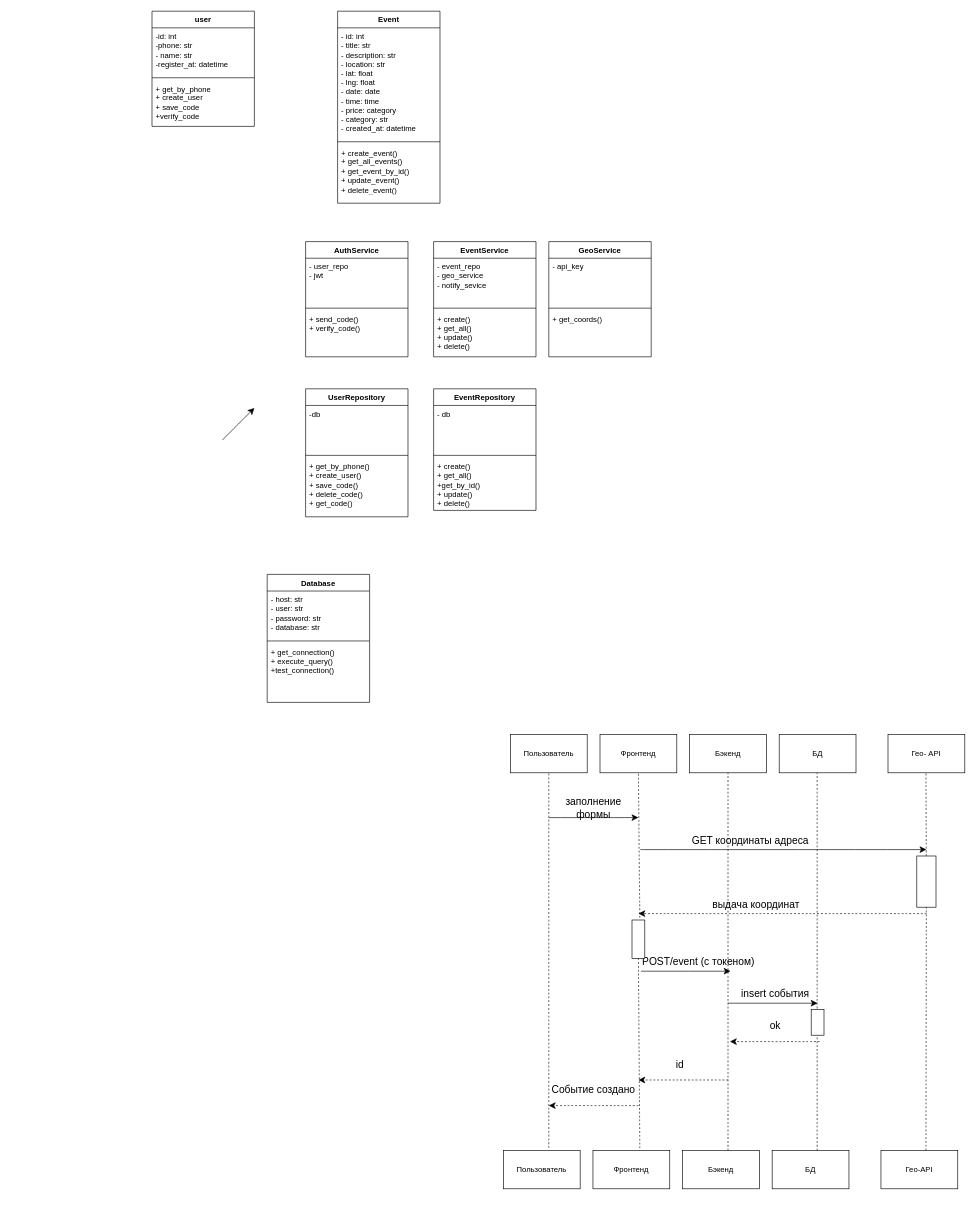
This is Диаграмма без названия.drawio from maska0/diagramm, a draw.io file, before an edit. Source tidied: cells renumbered, new cells numbered last; positions are measured from the earlier drawing's top-left corner, leaving out a move shared by most shapes. Both pictures are drawn from the tidied source at 64%, with x=0, y=0 at pixel (152, 11).
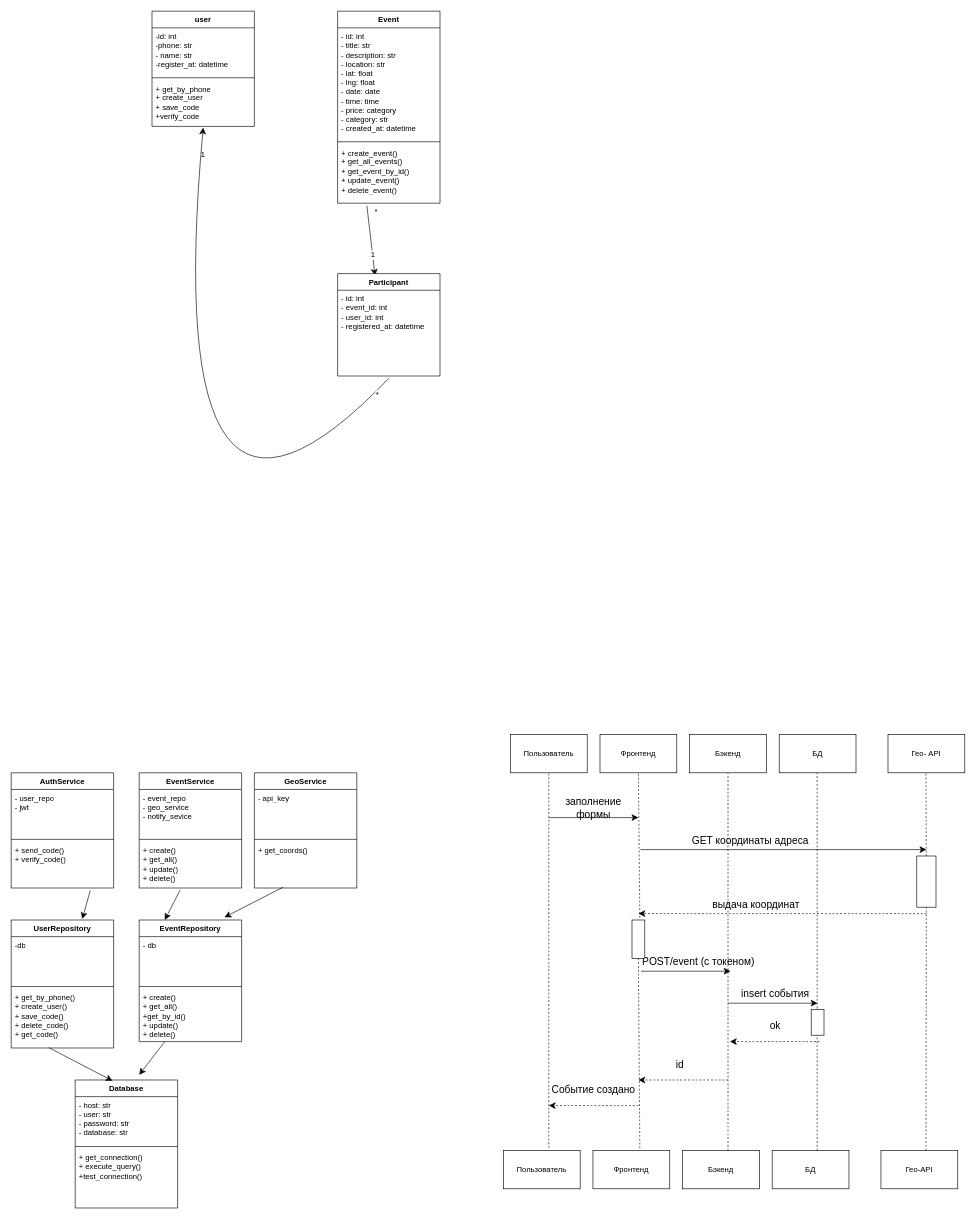
The same diagram, later.

Unchanged cells that the change refers to:
```xml
<mxCell id="5" value="+ get_by_phone&lt;div&gt;+ create_user&lt;/div&gt;&lt;div&gt;+ save_code&lt;/div&gt;&lt;div&gt;+verify_code&lt;/div&gt;" style="text;strokeColor=none;fillColor=none;align=left;verticalAlign=top;spacingLeft=4;spacingRight=4;overflow=hidden;points=[[0,0.5],[1,0.5]];portConstraint=eastwest;whiteSpace=wrap;html=1;" parent="2" vertex="1">
  <mxGeometry y="108" width="160" height="72" as="geometry" />
</mxCell>
<mxCell id="9" value="+ create_event()&lt;div&gt;+ get_all_events()&lt;/div&gt;&lt;div&gt;+ get_event_by_id()&lt;/div&gt;&lt;div&gt;+ update_event()&lt;/div&gt;&lt;div&gt;+ delete_event()&lt;/div&gt;" style="text;strokeColor=none;fillColor=none;align=left;verticalAlign=top;spacingLeft=4;spacingRight=4;overflow=hidden;points=[[0,0.5],[1,0.5]];portConstraint=eastwest;whiteSpace=wrap;html=1;" parent="6" vertex="1">
  <mxGeometry y="208" width="160" height="92" as="geometry" />
</mxCell>
<mxCell id="49" value="+ send_code()&lt;div&gt;+ verify_code()&lt;/div&gt;" style="text;strokeColor=none;fillColor=none;align=left;verticalAlign=top;spacingLeft=4;spacingRight=4;overflow=hidden;points=[[0,0.5],[1,0.5]];portConstraint=eastwest;whiteSpace=wrap;html=1;" parent="46" vertex="1">
  <mxGeometry y="108" width="160" height="72" as="geometry" />
</mxCell>
<mxCell id="53" value="+ create()&lt;div&gt;+ get_all()&lt;/div&gt;&lt;div&gt;+ update()&lt;/div&gt;&lt;div&gt;+ delete()&lt;/div&gt;" style="text;strokeColor=none;fillColor=none;align=left;verticalAlign=top;spacingLeft=4;spacingRight=4;overflow=hidden;points=[[0,0.5],[1,0.5]];portConstraint=eastwest;whiteSpace=wrap;html=1;" parent="50" vertex="1">
  <mxGeometry y="108" width="160" height="72" as="geometry" />
</mxCell>
<mxCell id="57" value="+ get_coords()" style="text;strokeColor=none;fillColor=none;align=left;verticalAlign=top;spacingLeft=4;spacingRight=4;overflow=hidden;points=[[0,0.5],[1,0.5]];portConstraint=eastwest;whiteSpace=wrap;html=1;" parent="54" vertex="1">
  <mxGeometry y="108" width="160" height="72" as="geometry" />
</mxCell>
<mxCell id="61" value="+ get_by_phone()&lt;div&gt;+ create_user()&lt;/div&gt;&lt;div&gt;+ save_code()&lt;/div&gt;&lt;div&gt;+ delete_code()&lt;/div&gt;&lt;div&gt;+ get_code()&lt;/div&gt;" style="text;strokeColor=none;fillColor=none;align=left;verticalAlign=top;spacingLeft=4;spacingRight=4;overflow=hidden;points=[[0,0.5],[1,0.5]];portConstraint=eastwest;whiteSpace=wrap;html=1;" parent="58" vertex="1">
  <mxGeometry y="108" width="160" height="92" as="geometry" />
</mxCell>
```

What changed in the source:
```diff
@@
     <mxCell id="46" value="AuthService" style="swimlane;fontStyle=1;align=center;verticalAlign=top;horizontal=1;startSize=26;whiteSpace=wrap;html=1;" parent="1" vertex="1">
-      <mxGeometry x="240" y="360" width="160" height="180" as="geometry" />
+      <mxGeometry x="-220" y="1190" width="160" height="180" as="geometry" />
     </mxCell>
@@
     <mxCell id="50" value="EventService" style="swimlane;fontStyle=1;align=center;verticalAlign=top;horizontal=1;startSize=26;whiteSpace=wrap;html=1;" parent="1" vertex="1">
-      <mxGeometry x="440" y="360" width="160" height="180" as="geometry" />
+      <mxGeometry x="-20" y="1190" width="160" height="180" as="geometry" />
     </mxCell>
@@
     <mxCell id="54" value="GeoService" style="swimlane;fontStyle=1;align=center;verticalAlign=top;horizontal=1;startSize=26;whiteSpace=wrap;html=1;" parent="1" vertex="1">
-      <mxGeometry x="620" y="360" width="160" height="180" as="geometry" />
+      <mxGeometry x="160" y="1190" width="160" height="180" as="geometry" />
     </mxCell>
@@
     <mxCell id="58" value="UserRepository" style="swimlane;fontStyle=1;align=center;verticalAlign=top;horizontal=1;startSize=26;whiteSpace=wrap;html=1;" parent="1" vertex="1">
-      <mxGeometry x="240" y="590" width="160" height="200" as="geometry" />
+      <mxGeometry x="-220" y="1420" width="160" height="200" as="geometry" />
     </mxCell>
@@
     <mxCell id="62" value="EventRepository" style="swimlane;fontStyle=1;align=center;verticalAlign=top;horizontal=1;startSize=26;whiteSpace=wrap;html=1;" parent="1" vertex="1">
-      <mxGeometry x="440" y="590" width="160" height="190" as="geometry" />
+      <mxGeometry x="-20" y="1420" width="160" height="190" as="geometry" />
     </mxCell>
@@
     <mxCell id="66" value="Database" style="swimlane;fontStyle=1;align=center;verticalAlign=top;horizontal=1;startSize=26;whiteSpace=wrap;html=1;" parent="1" vertex="1">
-      <mxGeometry x="180" y="880" width="160" height="200" as="geometry" />
+      <mxGeometry x="-120" y="1670" width="160" height="200" as="geometry" />
     </mxCell>
@@
-    <mxCell id="70" style="endArrow=classic;html=1;rounded=0;fontSize=12;startSize=8;endSize=8;curved=1;" parent="1" edge="1">
-      <mxGeometry relative="1" as="geometry">
-        <mxPoint x="110" y="670" as="sourcePoint" />
-        <mxPoint x="160" y="620" as="targetPoint" />
-      </mxGeometry>
-    </mxCell>
+    <mxCell id="71" style="endArrow=classic;html=1;rounded=0;fontSize=12;startSize=8;endSize=8;curved=1;entryX=0.694;entryY=-0.008;entryDx=0;entryDy=0;entryPerimeter=0;exitX=0.772;exitY=1.056;exitDx=0;exitDy=0;exitPerimeter=0;" parent="1" edge="1" source="49" target="58">
+      <mxGeometry relative="1" as="geometry" />
+    </mxCell>
+    <mxCell id="72" style="endArrow=classic;html=1;rounded=0;fontSize=12;startSize=8;endSize=8;curved=1;entryX=0.25;entryY=0;entryDx=0;entryDy=0;exitX=0.4;exitY=1.043;exitDx=0;exitDy=0;exitPerimeter=0;" parent="1" edge="1" source="53" target="62">
+      <mxGeometry relative="1" as="geometry" />
+    </mxCell>
+    <mxCell id="73" style="endArrow=classic;html=1;rounded=0;fontSize=12;startSize=8;endSize=8;curved=1;entryX=0.833;entryY=-0.022;entryDx=0;entryDy=0;exitX=0.281;exitY=0.981;exitDx=0;exitDy=0;exitPerimeter=0;entryPerimeter=0;" parent="1" edge="1" source="57" target="62">
+      <mxGeometry relative="1" as="geometry" />
+    </mxCell>
+    <mxCell id="74" value="1" style="text;html=1;whiteSpace=wrap;strokeColor=none;fillColor=none;align=center;verticalAlign=middle;rounded=0;" parent="1" vertex="1">
+      <mxGeometry x="50" y="210" width="60" height="30" as="geometry" />
+    </mxCell>
+    <mxCell id="75" style="endArrow=classic;html=1;rounded=0;fontSize=12;startSize=8;endSize=8;curved=1;entryX=0.365;entryY=0.021;entryDx=0;entryDy=0;entryPerimeter=0;exitX=0.286;exitY=1.04;exitDx=0;exitDy=0;exitPerimeter=0;" parent="1" edge="1" source="9" target="78">
+      <mxGeometry relative="1" as="geometry" />
+    </mxCell>
+    <mxCell id="76" value="*" style="edgeLabel;html=1;align=center;verticalAlign=middle;fontSize=12;" parent="75" vertex="1">
+      <mxGeometry x="-0.81" y="1" relative="1" as="geometry">
+        <mxPoint x="12" as="offset" />
+      </mxGeometry>
+    </mxCell>
+    <mxCell id="77" value="1" style="edgeLabel;html=1;align=center;verticalAlign=middle;fontSize=12;" parent="75" vertex="1">
+      <mxGeometry x="0.4" relative="1" as="geometry" />
+    </mxCell>
+    <mxCell id="78" value="Participant" style="swimlane;fontStyle=1;align=center;verticalAlign=top;horizontal=1;startSize=26;whiteSpace=wrap;html=1;" parent="1" vertex="1">
+      <mxGeometry x="290" y="410" width="160" height="160" as="geometry" />
+    </mxCell>
+    <mxCell id="79" value="- id: int&lt;div&gt;- event_id: int&lt;/div&gt;&lt;div&gt;- user_id: int&lt;/div&gt;&lt;div&gt;- registered_at: datetime&lt;/div&gt;" style="text;strokeColor=none;fillColor=none;align=left;verticalAlign=top;spacingLeft=4;spacingRight=4;overflow=hidden;points=[[0,0.5],[1,0.5]];portConstraint=eastwest;whiteSpace=wrap;html=1;" parent="78" vertex="1">
+      <mxGeometry y="26" width="160" height="134" as="geometry" />
+    </mxCell>
+    <mxCell id="80" style="endArrow=classic;html=1;rounded=0;fontSize=12;startSize=8;endSize=8;curved=1;entryX=0.5;entryY=1.025;entryDx=0;entryDy=0;entryPerimeter=0;exitX=0.502;exitY=1.025;exitDx=0;exitDy=0;exitPerimeter=0;" parent="1" edge="1" source="79" target="5">
+      <mxGeometry relative="1" as="geometry">
+        <Array as="points">
+          <mxPoint x="10" y="950" />
+        </Array>
+      </mxGeometry>
+    </mxCell>
+    <mxCell id="81" value="*" style="edgeLabel;html=1;align=center;verticalAlign=middle;fontSize=12;" parent="80" vertex="1">
+      <mxGeometry x="-0.95" y="4" relative="1" as="geometry" />
+    </mxCell>
+    <mxCell id="82" style="endArrow=classic;html=1;rounded=0;fontSize=12;startSize=8;endSize=8;curved=1;exitX=0.367;exitY=0.994;exitDx=0;exitDy=0;exitPerimeter=0;entryX=0.364;entryY=0.006;entryDx=0;entryDy=0;entryPerimeter=0;" parent="1" edge="1" source="61" target="66">
+      <mxGeometry relative="1" as="geometry" />
+    </mxCell>
+    <mxCell id="83" style="endArrow=classic;html=1;rounded=0;fontSize=12;startSize=8;endSize=8;curved=1;exitX=0.367;exitY=0.994;exitDx=0;exitDy=0;exitPerimeter=0;" parent="1" edge="1">
+      <mxGeometry relative="1" as="geometry">
+        <mxPoint x="20" y="1610" as="sourcePoint" />
+        <mxPoint x="-20" y="1662" as="targetPoint" />
+      </mxGeometry>
+    </mxCell>
```
